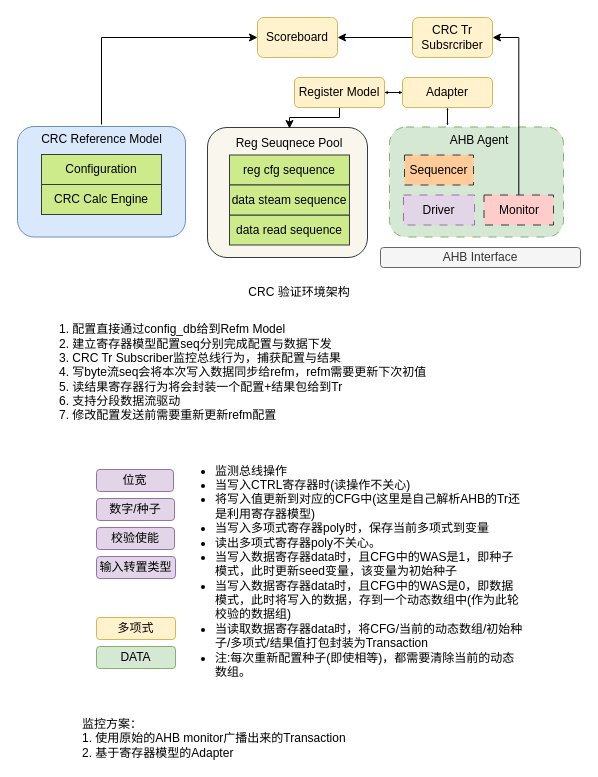
This is page "CRC标准环境" (3 of 3) of drawio/crc.drawio from iceyxy/flow-chart-drawio, a draw.io file, before an edit. Source tidied: cells renumbered, new cells numbered last; positions are measured from the earlier drawing's top-left corner, leaving out a move shared by most shapes. Both pictures are drawn from the tidied source at 100%, with x=0, y=0 at pixel (17, 17).
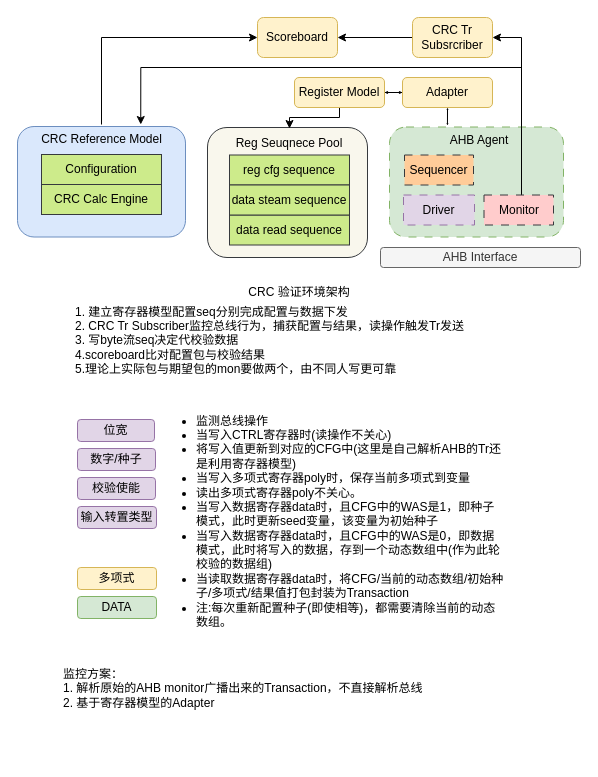
The same page after the edit.

Commit message:
更新标准环境

Unchanged cells that the change refers to:
```xml
<mxCell id="7" value="CRC Reference Model" style="text;strokeColor=none;align=center;fillColor=none;html=1;verticalAlign=middle;whiteSpace=wrap;rounded=0;" parent="1" vertex="1">
  <mxGeometry x="5.5" y="107" width="157" height="30" as="geometry" />
</mxCell>
<mxCell id="11" value="Monitor" style="rounded=0;whiteSpace=wrap;html=1;dashed=1;dashPattern=8 8;fillColor=#ffcccc;strokeColor=#36393d;" parent="1" vertex="1">
  <mxGeometry x="466.5" y="177.5" width="69.5" height="30" as="geometry" />
</mxCell>
<mxCell id="25" value="CRC Tr&lt;div&gt;Subsrcriber&lt;/div&gt;" style="rounded=1;whiteSpace=wrap;html=1;fillColor=#fff2cc;strokeColor=#d6b656;" parent="1" vertex="1">
  <mxGeometry x="395" width="80" height="40" as="geometry" />
</mxCell>
```

Change to the diagram source:
```diff
@@
     <mxCell id="10" style="edgeStyle=orthogonalEdgeStyle;rounded=0;jettySize=auto;html=1;entryX=1;entryY=0.5;entryDx=0;entryDy=0;" parent="1" edge="1" source="11" target="25">
-      <mxGeometry relative="1" as="geometry" />
+      <mxGeometry relative="1" as="geometry">
+        <Array as="points">
+          <mxPoint x="504" y="20" />
+        </Array>
+      </mxGeometry>
     </mxCell>
+    <mxCell id="37" style="edgeStyle=orthogonalEdgeStyle;rounded=0;jettySize=auto;html=1;entryX=0.75;entryY=0;entryDx=0;entryDy=0;" parent="1" edge="1" source="11" target="7">
+      <mxGeometry relative="1" as="geometry">
+        <Array as="points">
+          <mxPoint x="504" y="50" />
+          <mxPoint x="123" y="50" />
+        </Array>
+      </mxGeometry>
+    </mxCell>
@@
-    <mxCell id="27" value="1. 配置直接通过config_db给到Refm Model&lt;div&gt;2. 建立寄存器模型配置seq分别完成配置与数据下发&lt;/div&gt;&lt;div&gt;3. CRC Tr Subscriber监控总线行为，捕获配置与结果&lt;/div&gt;&lt;div&gt;&lt;span style=&quot;background-color: transparent; color: light-dark(rgb(0, 0, 0), rgb(255, 255, 255));&quot;&gt;4. 写byte流seq会将本次写入数据同步给refm，refm需要更新下次初值&lt;/span&gt;&lt;/div&gt;&lt;div&gt;&lt;div&gt;5. 读结果寄存器行为将会封装一个配置+结果包给到Tr&lt;/div&gt;&lt;/div&gt;&lt;div&gt;6. 支持分段数据流驱动&lt;/div&gt;&lt;div&gt;7. 修改配置发送前需要重新更新refm配置&lt;/div&gt;" style="text;html=1;whiteSpace=wrap;strokeColor=none;fillColor=none;align=left;verticalAlign=middle;rounded=0;" parent="1" vertex="1">
-      <mxGeometry x="40" y="340" width="400" height="30" as="geometry" />
+    <mxCell id="27" value="&lt;span style=&quot;background-color: transparent; color: light-dark(rgb(0, 0, 0), rgb(255, 255, 255));&quot;&gt;1. 建立寄存器模型配置seq分别完成配置与数据下发&lt;/span&gt;&lt;div&gt;2. CRC Tr Subscriber监控总线行为，捕获配置与结果，读操作触发Tr发送&lt;/div&gt;&lt;div&gt;&lt;span style=&quot;background-color: transparent; color: light-dark(rgb(0, 0, 0), rgb(255, 255, 255));&quot;&gt;3. 写byte流seq决定代校验数据&lt;br&gt;&lt;/span&gt;&lt;/div&gt;&lt;div&gt;&lt;span style=&quot;background-color: transparent; color: light-dark(rgb(0, 0, 0), rgb(255, 255, 255));&quot;&gt;4.scoreboard比对配置包与校验结果&lt;/span&gt;&lt;/div&gt;&lt;div&gt;&lt;span style=&quot;background-color: transparent; color: light-dark(rgb(0, 0, 0), rgb(255, 255, 255));&quot;&gt;5.理论上实际包与期望包的mon要做两个，由不同人写更可靠&lt;/span&gt;&lt;/div&gt;" style="text;html=1;whiteSpace=wrap;strokeColor=none;fillColor=none;align=left;verticalAlign=middle;rounded=0;" parent="1" vertex="1">
+      <mxGeometry x="56" y="308" width="400" height="30" as="geometry" />
     </mxCell>
@@
     <mxCell id="29" value="位宽" style="rounded=1;whiteSpace=wrap;html=1;fillColor=#e1d5e7;strokeColor=#9673a6;" parent="1" vertex="1">
-      <mxGeometry x="79" y="452" width="77" height="22" as="geometry" />
+      <mxGeometry x="60" y="402" width="77" height="22" as="geometry" />
     </mxCell>
     <mxCell id="30" value="数字/种子" style="rounded=1;whiteSpace=wrap;html=1;fillColor=#e1d5e7;strokeColor=#9673a6;" parent="1" vertex="1">
-      <mxGeometry x="79" y="481" width="78" height="22" as="geometry" />
+      <mxGeometry x="60" y="431" width="78" height="22" as="geometry" />
     </mxCell>
     <mxCell id="31" value="校验使能" style="rounded=1;whiteSpace=wrap;html=1;fillColor=#e1d5e7;strokeColor=#9673a6;" parent="1" vertex="1">
-      <mxGeometry x="79" y="510" width="78" height="22" as="geometry" />
+      <mxGeometry x="60" y="460" width="78" height="22" as="geometry" />
     </mxCell>
     <mxCell id="32" value="输入转置类型" style="rounded=1;whiteSpace=wrap;html=1;fillColor=#e1d5e7;strokeColor=#9673a6;" parent="1" vertex="1">
-      <mxGeometry x="79" y="539" width="79" height="22" as="geometry" />
+      <mxGeometry x="60" y="489" width="79" height="22" as="geometry" />
     </mxCell>
     <mxCell id="33" value="多项式" style="rounded=1;whiteSpace=wrap;html=1;fillColor=#fff2cc;strokeColor=#d6b656;" parent="1" vertex="1">
-      <mxGeometry x="79" y="600" width="79" height="22" as="geometry" />
+      <mxGeometry x="60" y="550" width="79" height="22" as="geometry" />
     </mxCell>
     <mxCell id="34" value="DATA" style="rounded=1;whiteSpace=wrap;html=1;fillColor=#d5e8d4;strokeColor=#82b366;" parent="1" vertex="1">
-      <mxGeometry x="79" y="629" width="79" height="22" as="geometry" />
+      <mxGeometry x="60" y="579" width="79" height="22" as="geometry" />
     </mxCell>
     <mxCell id="35" value="&lt;ul&gt;&lt;li&gt;监测总线操作&lt;/li&gt;&lt;li&gt;当写入CTRL寄存器时(读操作不关心)&lt;/li&gt;&lt;li&gt;将写入值更新到对应的CFG中(这里是自己解析AHB的Tr还是利用寄存器模型)&lt;/li&gt;&lt;li&gt;当写入多项式寄存器poly时，保存当前多项式到变量&lt;/li&gt;&lt;li&gt;读出多项式寄存器poly不关心。&lt;/li&gt;&lt;li&gt;当写入数据寄存器data时，且CFG中的WAS是1，即种子模式，此时更新seed变量，该变量为初始种子&lt;/li&gt;&lt;li&gt;当写入数据寄存器data时，且CFG中的WAS是0，即数据模式，此时将写入的数据，存到一个动态数组中(作为此轮校验的数据组)&lt;/li&gt;&lt;li&gt;当读取数据寄存器data时，将CFG/当前的动态数组/初始种子/多项式/结果值打包封装为Transaction&lt;/li&gt;&lt;li&gt;注:每次重新配置种子(即使相等)，都需要清除当前的动态数组。&lt;/li&gt;&lt;/ul&gt;" style="text;html=1;whiteSpace=wrap;strokeColor=none;fillColor=none;align=left;verticalAlign=middle;rounded=0;" parent="1" vertex="1">
-      <mxGeometry x="156" y="539" width="352" height="30" as="geometry" />
+      <mxGeometry x="137" y="489" width="352" height="30" as="geometry" />
     </mxCell>
-    <mxCell id="36" value="监控方案：&lt;div&gt;1. 使用原始的AHB monitor广播出来的Transaction&lt;/div&gt;&lt;div&gt;2. 基于寄存器模型的Adapter&lt;/div&gt;" style="text;html=1;whiteSpace=wrap;strokeColor=none;fillColor=none;align=left;verticalAlign=middle;rounded=0;" parent="1" vertex="1">
-      <mxGeometry x="63" y="706" width="293" height="30" as="geometry" />
+    <mxCell id="36" value="监控方案：&lt;div&gt;1. 解析原始的AHB monitor广播出来的Transaction，不直接解析总线&lt;/div&gt;&lt;div&gt;2. 基于寄存器模型的Adapter&lt;/div&gt;" style="text;html=1;whiteSpace=wrap;strokeColor=none;fillColor=none;align=left;verticalAlign=middle;rounded=0;" parent="1" vertex="1">
+      <mxGeometry x="44" y="656" width="411" height="30" as="geometry" />
     </mxCell>
```
